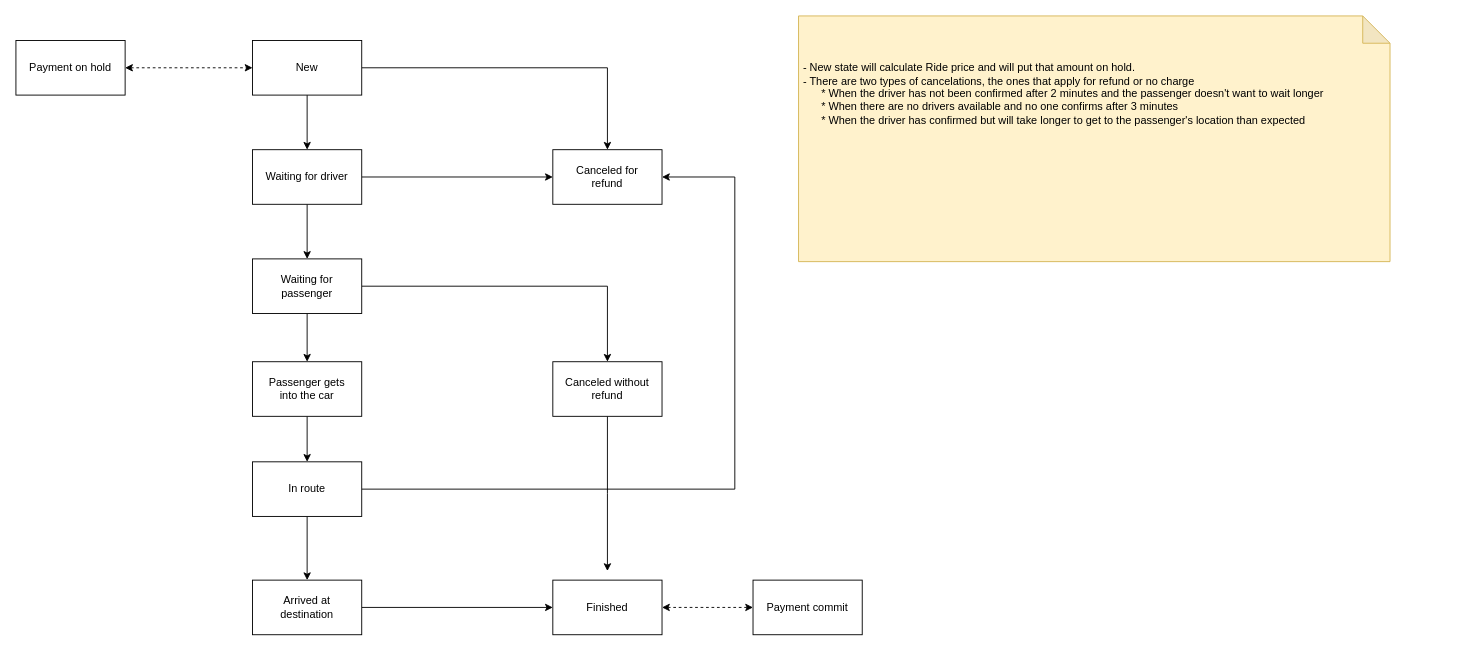
The draw.io diagram architecture/diagrams/use-cases/ride-states.drawio in RideXpress/docs, before the edit. Source tidied: cells renumbered, new cells numbered last; positions are measured from the earlier drawing's top-left corner, leaving out a move shared by most shapes. Both pictures are drawn from the tidied source at 91%, with x=0, y=0 at pixel (15, 15).
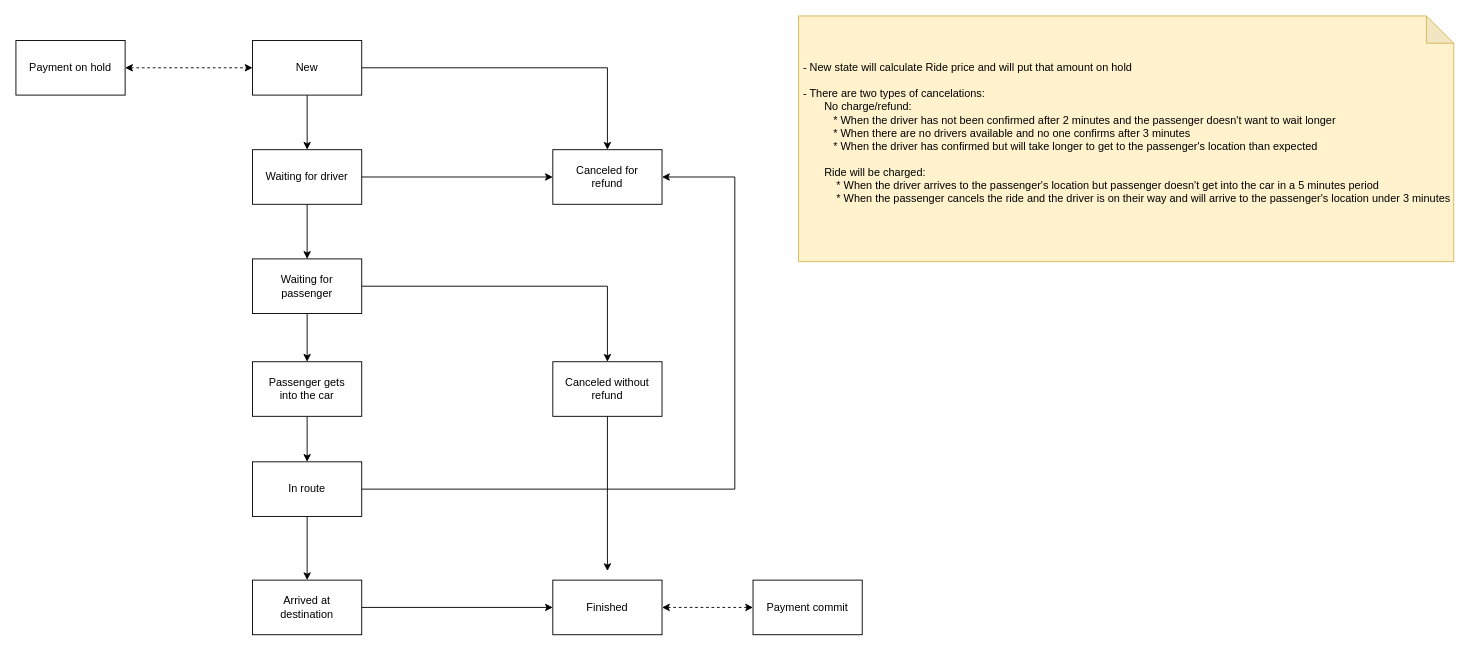
The same page after the edit.

The edit, as a diff of the source:
```diff
@@
-    <mxCell id="26" value="&lt;br&gt;&lt;br&gt;&lt;br&gt;&amp;nbsp;- New state will calculate Ride price and will put that amount on hold.&lt;br&gt;&amp;nbsp;- There are two types of cancelations, the ones that apply for refund or no charge&lt;br&gt;&amp;nbsp; &amp;nbsp; &amp;nbsp; &amp;nbsp;* When the driver has not been confirmed after 2 minutes and the passenger doesn't want to wait longer&lt;br&gt;&amp;nbsp; &amp;nbsp; &amp;nbsp; &amp;nbsp;* When there are no drivers available and no one confirms after 3 minutes&lt;br&gt;&amp;nbsp; &amp;nbsp; &amp;nbsp; &amp;nbsp;* When the driver has confirmed but will take longer to get to the passenger's location than expected" style="shape=note;whiteSpace=wrap;html=1;backgroundOutline=1;darkOpacity=0.05;fillColor=#fff2cc;strokeColor=#d6b656;align=left;perimeterSpacing=10;spacingTop=0;verticalAlign=top;" parent="1" vertex="1">
-      <mxGeometry x="860" width="650" height="270" as="geometry" />
+    <mxCell id="26" value="&lt;br&gt;&lt;br&gt;&lt;br&gt;&amp;nbsp;- New state will calculate Ride price and will put that amount on hold&lt;br&gt;&lt;br&gt;&amp;nbsp;- There are two types of cancelations:&lt;br&gt;&amp;nbsp; &amp;nbsp; &amp;nbsp; &amp;nbsp; No charge/refund:&lt;br&gt;&amp;nbsp; &amp;nbsp; &amp;nbsp; &amp;nbsp; &amp;nbsp; &amp;nbsp;* When the driver has not been confirmed after 2 minutes and the passenger doesn't want to wait longer&lt;br&gt;&amp;nbsp; &amp;nbsp; &amp;nbsp; &amp;nbsp; &amp;nbsp; &amp;nbsp;* When there are no drivers available and no one confirms after 3 minutes&lt;br&gt;&amp;nbsp; &amp;nbsp; &amp;nbsp; &amp;nbsp; &amp;nbsp; &amp;nbsp;* When the driver has confirmed but will take longer to get to the passenger's location than expected&lt;br&gt;&lt;br&gt;&amp;nbsp; &amp;nbsp; &amp;nbsp; &amp;nbsp; Ride will be charged:&lt;br&gt;&amp;nbsp; &amp;nbsp; &amp;nbsp; &amp;nbsp; &amp;nbsp; &amp;nbsp; * When the driver arrives to the passenger's location but passenger doesn't get into the car in a 5 minutes period&lt;br&gt;&amp;nbsp; &amp;nbsp; &amp;nbsp; &amp;nbsp; &amp;nbsp; &amp;nbsp; * When the passenger cancels the ride and the driver is on their way and will arrive to the passenger's location under 3 minutes" style="shape=note;whiteSpace=wrap;html=1;backgroundOutline=1;darkOpacity=0.05;fillColor=#fff2cc;strokeColor=#d6b656;align=left;perimeterSpacing=10;spacingTop=0;verticalAlign=top;" parent="1" vertex="1">
+      <mxGeometry x="860" width="720" height="270" as="geometry" />
     </mxCell>
```
